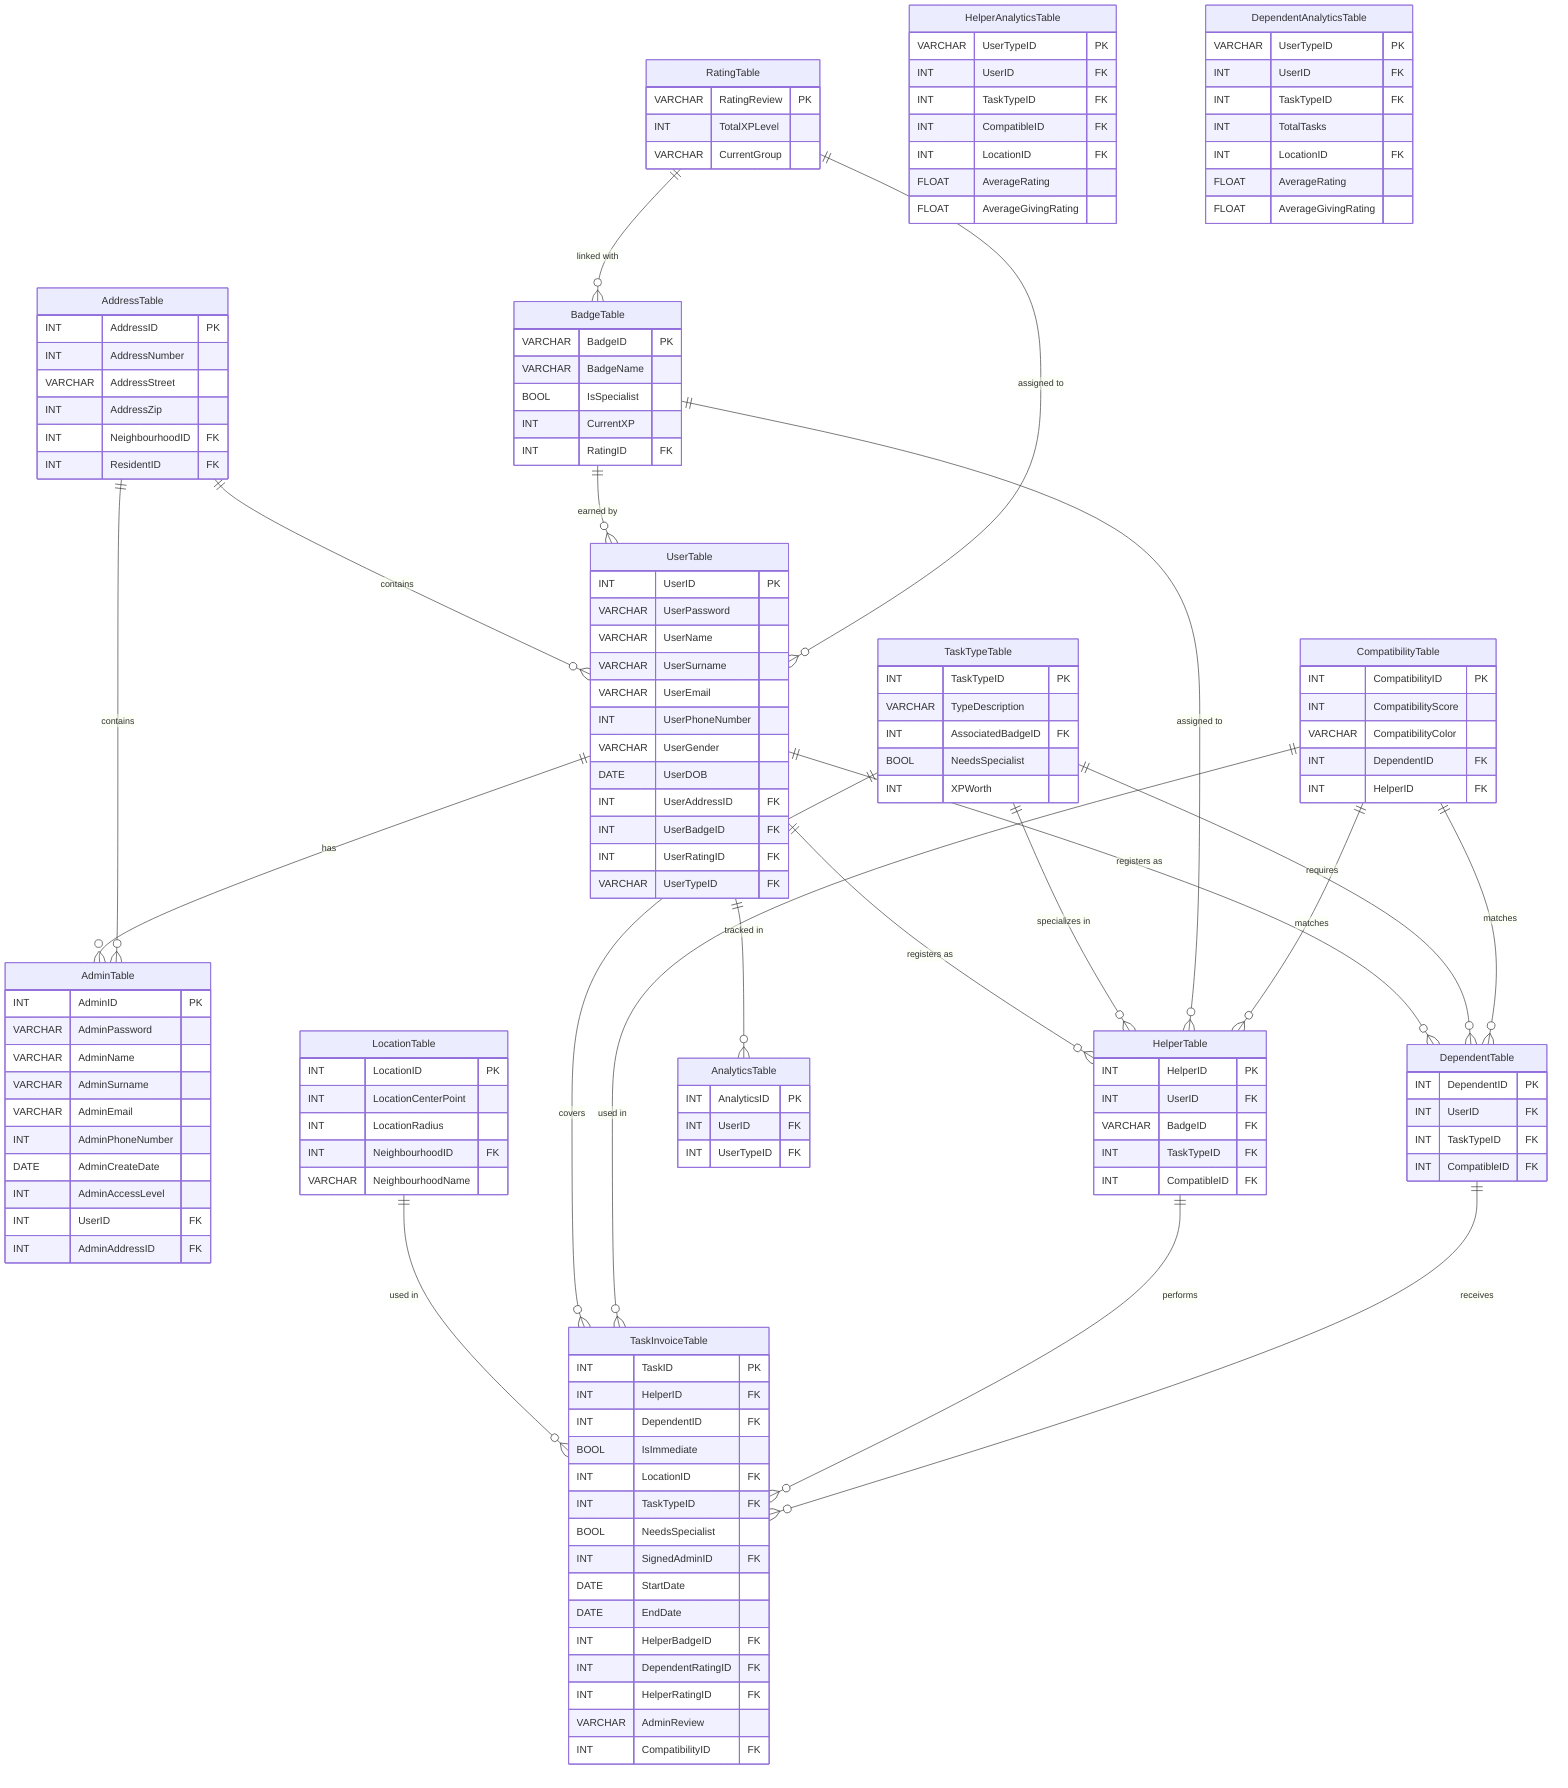
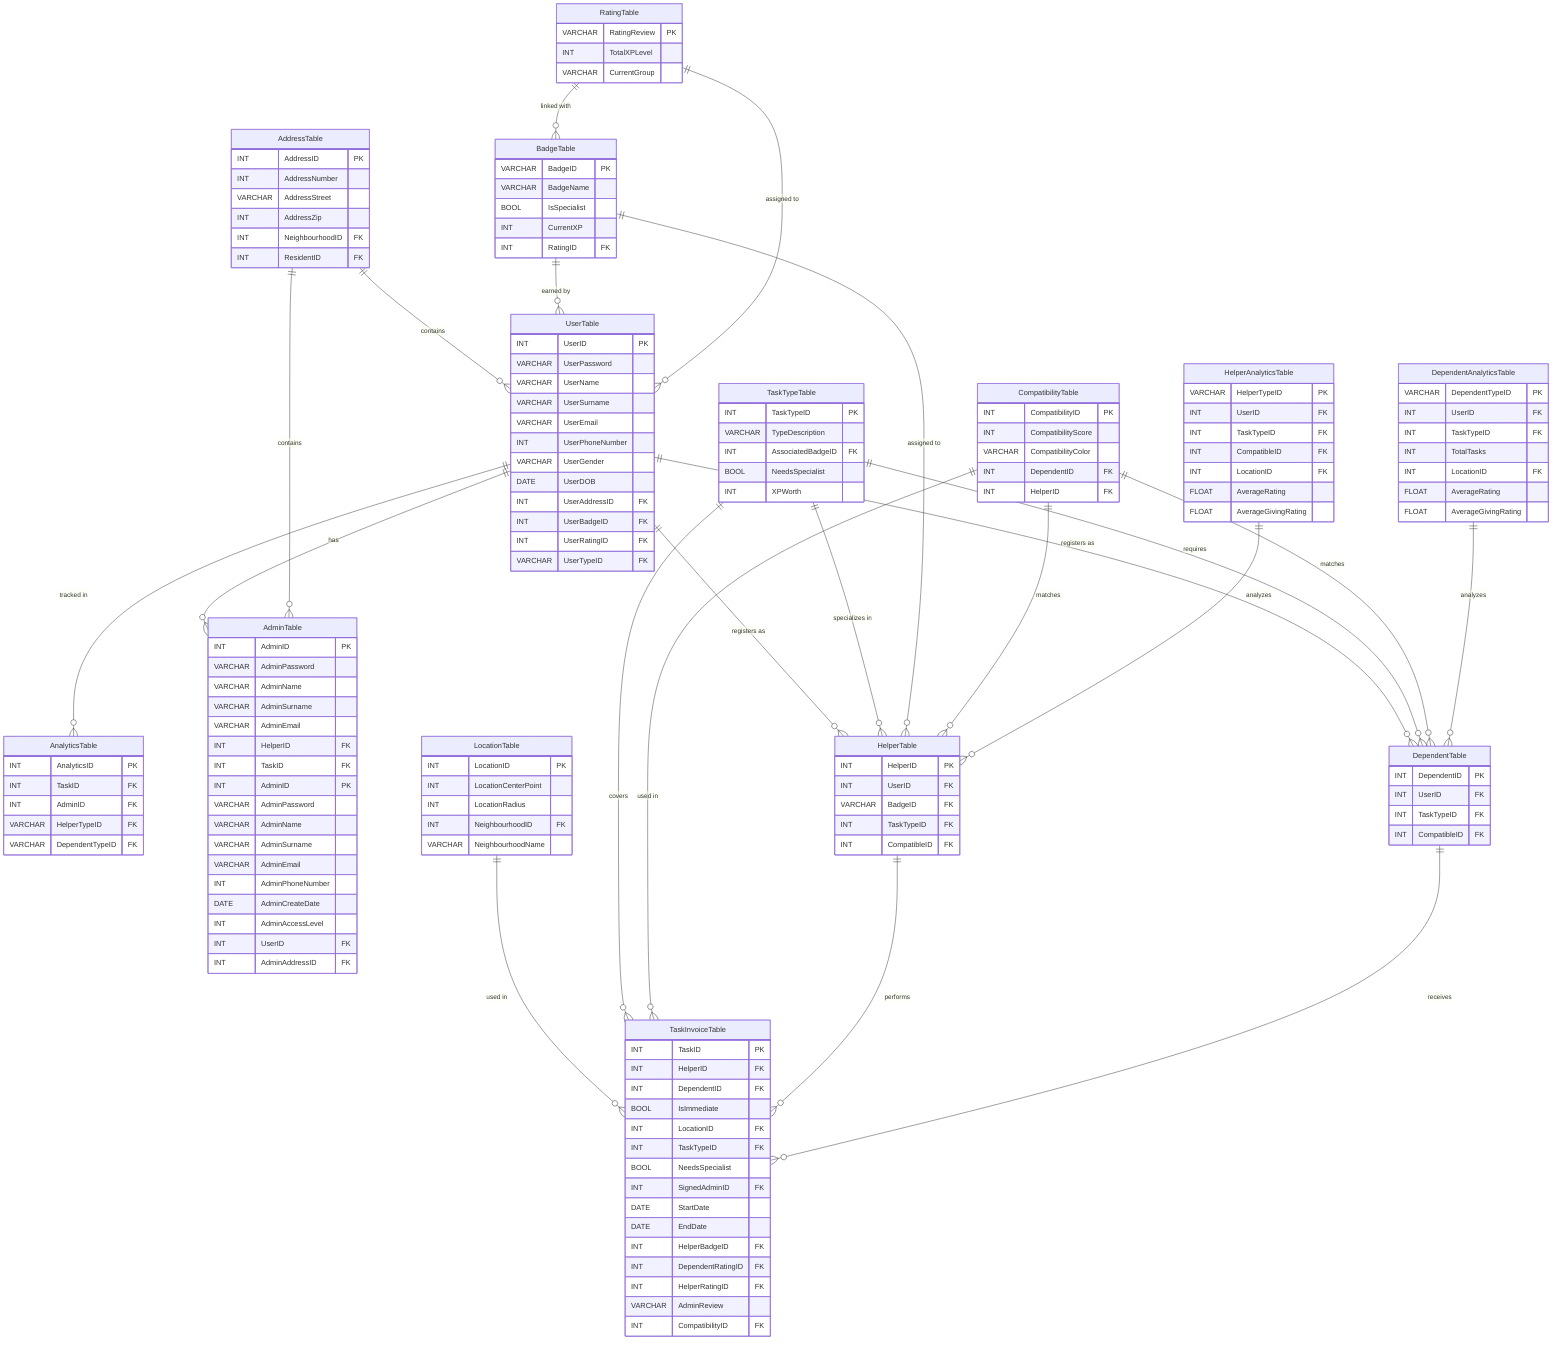
erDiagram
    UserTable {
        INT UserID PK
        VARCHAR UserPassword
        VARCHAR UserName
        VARCHAR UserSurname
        VARCHAR UserEmail
        INT UserPhoneNumber
        VARCHAR UserGender
        DATE UserDOB
        INT UserAddressID FK
        INT UserBadgeID FK
        INT UserRatingID FK
        VARCHAR UserTypeID FK
+     }
+ 
+     AnalyticsTable {
+         INT AnalyticsID PK
+         INT TaskID FK
+         INT AdminID FK
+         VARCHAR HelperTypeID FK
+         VARCHAR DependentTypeID FK
+     }
+ 
+     HelperAnalyticsTable {
+         VARCHAR HelperTypeID PK
+         INT UserID FK
+         INT TaskTypeID FK
+         INT CompatibleID FK
+         INT LocationID FK
+         FLOAT AverageRating
+         FLOAT AverageGivingRating
+     }
+ 
+     DependentAnalyticsTable {
+         VARCHAR DependentTypeID PK
+         INT UserID FK
+         INT TaskTypeID FK
+         INT TotalTasks
+         INT LocationID FK
+         FLOAT AverageRating
+         FLOAT AverageGivingRating
+     }
+ 
+     AdminTable {
+         INT AdminID PK
+         VARCHAR AdminPassword
+         VARCHAR AdminName
+         VARCHAR AdminSurname
+         VARCHAR AdminEmail
+         INT HelperID FK
+         INT TaskID FK
    }

    AdminTable {
        INT AdminID PK
        VARCHAR AdminPassword
        VARCHAR AdminName
        VARCHAR AdminSurname
        VARCHAR AdminEmail
        INT AdminPhoneNumber
        DATE AdminCreateDate
        INT AdminAccessLevel
        INT UserID FK
        INT AdminAddressID FK
    }

    AddressTable {
        INT AddressID PK
        INT AddressNumber
        VARCHAR AddressStreet
        INT AddressZip
        INT NeighbourhoodID FK
        INT ResidentID FK
    }

    LocationTable {
        INT LocationID PK
        INT LocationCenterPoint
        INT LocationRadius
        INT NeighbourhoodID FK
        VARCHAR NeighbourhoodName
    }

    TaskTypeTable {
        INT TaskTypeID PK
        VARCHAR TypeDescription
        INT AssociatedBadgeID FK
        BOOL NeedsSpecialist
        INT XPWorth
    }

    BadgeTable {
        VARCHAR BadgeID PK
        VARCHAR BadgeName
        BOOL IsSpecialist
        INT CurrentXP
        INT RatingID FK
    }

    RatingTable {
        VARCHAR RatingReview PK
        INT TotalXPLevel
        VARCHAR CurrentGroup
    }

    HelperTable {
        INT HelperID PK
        INT UserID FK
        VARCHAR BadgeID FK
        INT TaskTypeID FK
        INT CompatibleID FK
    }

    DependentTable {
        INT DependentID PK
        INT UserID FK
        INT TaskTypeID FK
        INT CompatibleID FK
    }

    CompatibilityTable {
        INT CompatibilityID PK
        INT CompatibilityScore
        VARCHAR CompatibilityColor
        INT DependentID FK
        INT HelperID FK
    }

    TaskInvoiceTable {
        INT TaskID PK
        INT HelperID FK
        INT DependentID FK
        BOOL IsImmediate
        INT LocationID FK
        INT TaskTypeID FK
        BOOL NeedsSpecialist
        INT SignedAdminID FK
        DATE StartDate
        DATE EndDate
        INT HelperBadgeID FK
        INT DependentRatingID FK
        INT HelperRatingID FK
        VARCHAR AdminReview
        INT CompatibilityID FK
    }

-     AnalyticsTable {
-         INT AnalyticsID PK
-         INT UserID FK
-         INT UserTypeID FK
-     }
- 
-     HelperAnalyticsTable {
-         VARCHAR UserTypeID PK
-         INT UserID FK
-         INT TaskTypeID FK
-         INT CompatibleID FK
-         INT LocationID FK
-         FLOAT AverageRating
-         FLOAT AverageGivingRating
-     }
- 
-     DependentAnalyticsTable {
-         VARCHAR UserTypeID PK
-         INT UserID FK
-         INT TaskTypeID FK
-         INT TotalTasks
-         INT LocationID FK
-         FLOAT AverageRating
-         FLOAT AverageGivingRating
-     }

    %% Relationships
    UserTable ||--o{ AdminTable : "has"
    UserTable ||--o{ HelperTable : "registers as"
    UserTable ||--o{ DependentTable : "registers as"
    UserTable ||--o{ AnalyticsTable : "tracked in"

    AddressTable ||--o{ UserTable : "contains"
    AddressTable ||--o{ AdminTable : "contains"

    LocationTable ||--o{ TaskInvoiceTable : "used in"

    TaskTypeTable ||--o{ HelperTable : "specializes in"
    TaskTypeTable ||--o{ DependentTable : "requires"
    TaskTypeTable ||--o{ TaskInvoiceTable : "covers"

    BadgeTable ||--o{ HelperTable : "assigned to"
    BadgeTable ||--o{ UserTable : "earned by"

    RatingTable ||--o{ UserTable : "assigned to"
    RatingTable ||--o{ BadgeTable : "linked with"

    CompatibilityTable ||--o{ HelperTable : "matches"
    CompatibilityTable ||--o{ DependentTable : "matches"
    CompatibilityTable ||--o{ TaskInvoiceTable : "used in"

    HelperTable ||--o{ TaskInvoiceTable : "performs"
-     DependentTable ||--o{ TaskInvoiceTable : "receives"+     DependentTable ||--o{ TaskInvoiceTable : "receives"
+ 
+     HelperAnalyticsTable ||--o{ HelperTable : "analyzes"
+     DependentAnalyticsTable ||--o{ DependentTable : "analyzes"